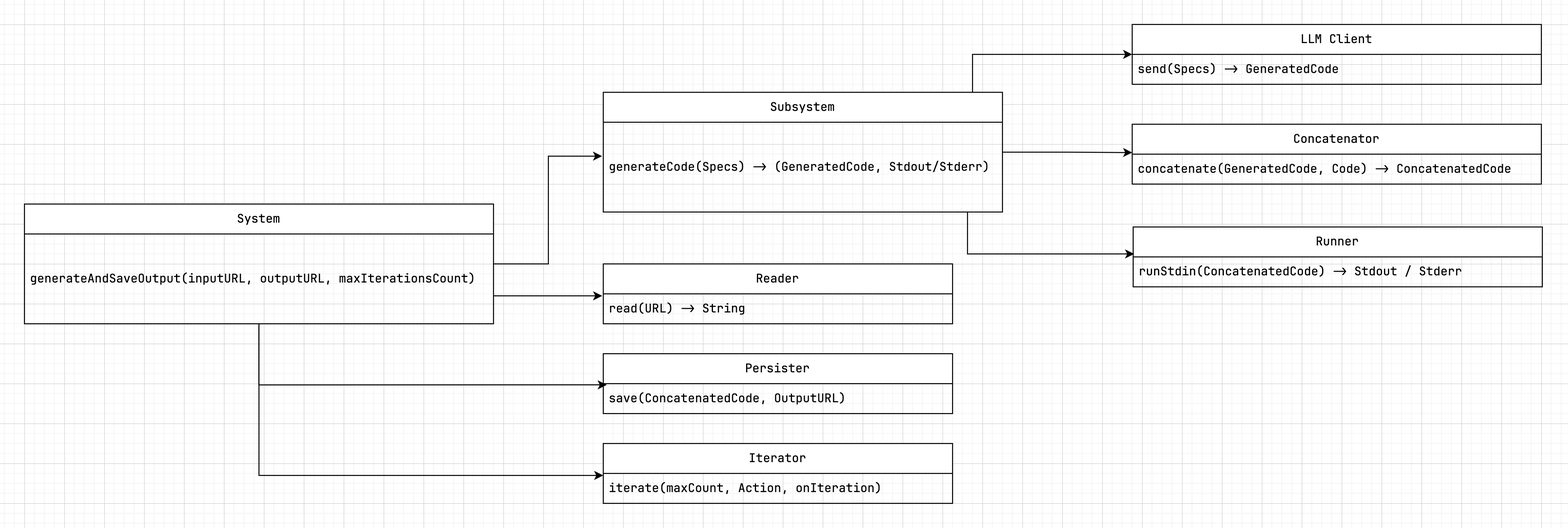
Earlier version of the draw.io export system.png (crisfeim/cli-tddbuddy). Source tidied: cells renumbered, new cells last; positions are measured from the earlier drawing's top-left corner, leaving out a move shared by most shapes.
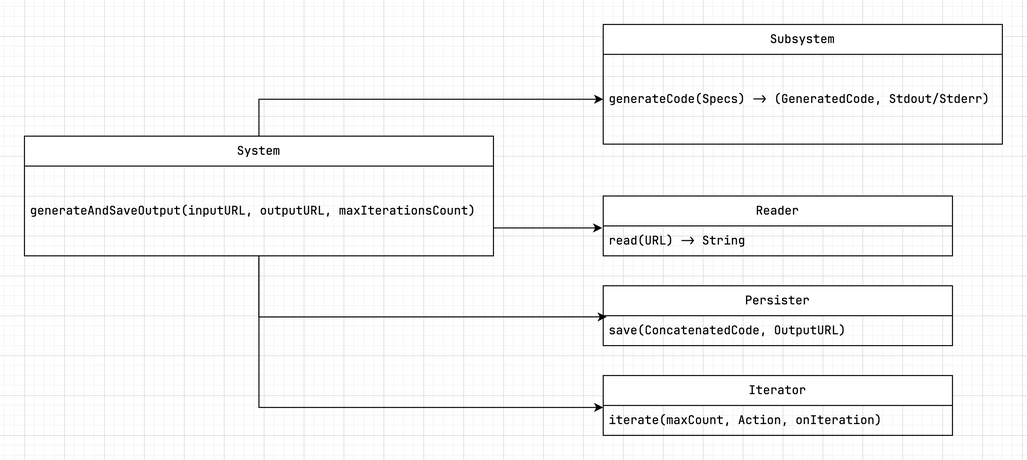
After the change.

Commit message:
Update system diagram

The edit, as a diff of the source:
```diff
@@ -2,56 +2,18 @@
   <root>
     <mxCell id="0" />
     <mxCell id="1" parent="0" />
-    <mxCell id="2" style="edgeStyle=orthogonalEdgeStyle;rounded=0;jettySize=auto;html=1;entryX=0;entryY=-0.053;entryDx=0;entryDy=0;entryPerimeter=0;" parent="1" edge="1" source="4" target="9">
-      <mxGeometry relative="1" as="geometry" />
-    </mxCell>
-    <mxCell id="3" style="edgeStyle=orthogonalEdgeStyle;rounded=0;jettySize=auto;html=1;entryX=0;entryY=0.5;entryDx=0;entryDy=0;exitX=1.001;exitY=0.148;exitDx=0;exitDy=0;exitPerimeter=0;" parent="1" edge="1" source="4" target="6">
-      <mxGeometry relative="1" as="geometry">
-        <Array as="points">
-          <mxPoint x="980" y="86" />
-          <mxPoint x="950" y="86" />
-          <mxPoint x="950" y="30" />
-        </Array>
-      </mxGeometry>
-    </mxCell>
     <mxCell id="4" value="Subsystem" style="swimlane;fontStyle=0;horizontal=1;startSize=30;whiteSpace=wrap;html=1;fontFamily=JetBrains Mono;" parent="1" vertex="1">
       <mxGeometry x="580" y="68" width="400" height="120" as="geometry" />
     </mxCell>
     <mxCell id="5" value="generateCode(Specs) -&amp;gt; (GeneratedCode, Stdout/Stderr)" style="text;strokeColor=none;fillColor=none;align=left;verticalAlign=middle;spacingLeft=4;spacingRight=4;overflow=hidden;points=[[0,0.5],[1,0.5]];portConstraint=eastwest;whiteSpace=wrap;html=1;fontFamily=JetBrains Mono;" parent="4" vertex="1">
       <mxGeometry y="30" width="400" height="90" as="geometry" />
     </mxCell>
-    <mxCell id="6" value="LLM Client" style="swimlane;fontStyle=0;horizontal=1;startSize=30;whiteSpace=wrap;html=1;fontFamily=JetBrains Mono;" parent="1" vertex="1">
-      <mxGeometry x="1110" width="410" height="60" as="geometry" />
-    </mxCell>
-    <mxCell id="7" value="send(Specs) -&amp;gt; GeneratedCode" style="text;strokeColor=none;fillColor=none;align=left;verticalAlign=middle;spacingLeft=4;spacingRight=4;overflow=hidden;whiteSpace=wrap;html=1;fontFamily=JetBrains Mono;" parent="6" vertex="1">
-      <mxGeometry y="30" width="410" height="30" as="geometry" />
-    </mxCell>
-    <mxCell id="8" value="Concatenator" style="swimlane;fontStyle=0;horizontal=1;startSize=30;whiteSpace=wrap;html=1;fontFamily=JetBrains Mono;" parent="1" vertex="1">
-      <mxGeometry x="1110" y="100" width="410" height="60" as="geometry" />
-    </mxCell>
-    <mxCell id="9" value="concatenate(GeneratedCode, Code) -&amp;gt; ConcatenatedCode" style="text;strokeColor=none;fillColor=none;align=left;verticalAlign=middle;spacingLeft=4;spacingRight=4;overflow=hidden;points=[[0,0.5],[1,0.5]];portConstraint=eastwest;whiteSpace=wrap;html=1;fontFamily=JetBrains Mono;" parent="8" vertex="1">
-      <mxGeometry y="30" width="410" height="30" as="geometry" />
-    </mxCell>
-    <mxCell id="10" value="Runner" style="swimlane;fontStyle=0;horizontal=1;startSize=30;whiteSpace=wrap;html=1;fontFamily=JetBrains Mono;" parent="1" vertex="1">
-      <mxGeometry x="1111" y="203" width="410" height="60" as="geometry" />
-    </mxCell>
-    <mxCell id="11" value="runStdin(ConcatenatedCode) -&amp;gt; Stdout / Stderr" style="text;strokeColor=none;fillColor=none;align=left;verticalAlign=middle;spacingLeft=4;spacingRight=4;overflow=hidden;points=[[0,0.5],[1,0.5]];portConstraint=eastwest;whiteSpace=wrap;html=1;fontFamily=JetBrains Mono;" parent="10" vertex="1">
-      <mxGeometry y="30" width="410" height="30" as="geometry" />
-    </mxCell>
     <mxCell id="12" value="Persister" style="swimlane;fontStyle=0;horizontal=1;startSize=30;whiteSpace=wrap;html=1;fontFamily=JetBrains Mono;" parent="1" vertex="1">
       <mxGeometry x="580" y="330" width="350" height="60" as="geometry" />
     </mxCell>
     <mxCell id="13" value="save(ConcatenatedCode, OutputURL)" style="text;strokeColor=none;fillColor=none;align=left;verticalAlign=middle;spacingLeft=4;spacingRight=4;overflow=hidden;points=[[0,0.5],[1,0.5]];portConstraint=eastwest;whiteSpace=wrap;html=1;fontFamily=JetBrains Mono;" parent="12" vertex="1">
       <mxGeometry y="30" width="350" height="30" as="geometry" />
     </mxCell>
-    <mxCell id="14" style="edgeStyle=orthogonalEdgeStyle;rounded=0;jettySize=auto;html=1;entryX=0.005;entryY=-0.105;entryDx=0;entryDy=0;entryPerimeter=0;" parent="1" edge="1" source="5" target="11">
-      <mxGeometry relative="1" as="geometry">
-        <Array as="points">
-          <mxPoint x="945" y="230" />
-          <mxPoint x="1112" y="230" />
-        </Array>
-      </mxGeometry>
-    </mxCell>
     <mxCell id="15" value="Iterator" style="swimlane;fontStyle=0;horizontal=1;startSize=30;whiteSpace=wrap;html=1;fontFamily=JetBrains Mono;" parent="1" vertex="1">
       <mxGeometry x="580" y="420" width="350" height="60" as="geometry" />
     </mxCell>
@@ -64,21 +26,25 @@
     <mxCell id="18" value="read(URL) -&amp;gt; String" style="text;strokeColor=none;fillColor=none;align=left;verticalAlign=middle;spacingLeft=4;spacingRight=4;overflow=hidden;points=[[0,0.5],[1,0.5]];portConstraint=eastwest;whiteSpace=wrap;html=1;fontFamily=JetBrains Mono;" parent="17" vertex="1">
       <mxGeometry y="30" width="350" height="30" as="geometry" />
     </mxCell>
+    <mxCell id="20" style="edgeStyle=orthogonalEdgeStyle;rounded=0;jettySize=auto;html=1;entryX=0.01;entryY=0.041;entryDx=0;entryDy=0;entryPerimeter=0;" parent="1" edge="1" source="22" target="13">
+      <mxGeometry relative="1" as="geometry" />
+    </mxCell>
+    <mxCell id="25" style="edgeStyle=orthogonalEdgeStyle;rounded=0;orthogonalLoop=1;jettySize=auto;html=1;entryX=0;entryY=0.5;entryDx=0;entryDy=0;" parent="1" edge="1">
+      <mxGeometry relative="1" as="geometry">
+        <mxPoint x="235" y="302" as="sourcePoint" />
+        <mxPoint x="580" y="452" as="targetPoint" />
+        <Array as="points">
+          <mxPoint x="235" y="452" />
+        </Array>
+      </mxGeometry>
+    </mxCell>
-    <mxCell id="19" style="edgeStyle=orthogonalEdgeStyle;rounded=0;jettySize=auto;html=1;entryX=-0.003;entryY=0.378;entryDx=0;entryDy=0;entryPerimeter=0;" parent="1" edge="1" source="22" target="5">
-      <mxGeometry relative="1" as="geometry" />
+    <mxCell id="19" style="edgeStyle=orthogonalEdgeStyle;rounded=0;jettySize=auto;html=1;entryX=0;entryY=0.5;entryDx=0;entryDy=0;" parent="1" edge="1" source="22" target="5">
+      <mxGeometry relative="1" as="geometry">
+        <Array as="points">
+          <mxPoint x="235" y="143" />
+        </Array>
+      </mxGeometry>
     </mxCell>
-    <mxCell id="20" style="edgeStyle=orthogonalEdgeStyle;rounded=0;jettySize=auto;html=1;entryX=0.01;entryY=0.041;entryDx=0;entryDy=0;entryPerimeter=0;" parent="1" edge="1" source="22" target="13">
-      <mxGeometry relative="1" as="geometry" />
-    </mxCell>
-    <mxCell id="21" style="edgeStyle=orthogonalEdgeStyle;rounded=0;orthogonalLoop=1;jettySize=auto;html=1;entryX=0;entryY=0.5;entryDx=0;entryDy=0;" parent="1" edge="1">
-      <mxGeometry relative="1" as="geometry">
-        <mxPoint x="235" y="302" as="sourcePoint" />
-        <mxPoint x="580" y="452" as="targetPoint" />
-        <Array as="points">
-          <mxPoint x="235" y="452" />
-        </Array>
-      </mxGeometry>
-    </mxCell>
     <mxCell id="22" value="System" style="swimlane;fontStyle=0;horizontal=1;startSize=30;whiteSpace=wrap;html=1;fontFamily=JetBrains Mono;" parent="1" vertex="1">
       <mxGeometry y="180" width="470" height="120" as="geometry" />
     </mxCell>
```
